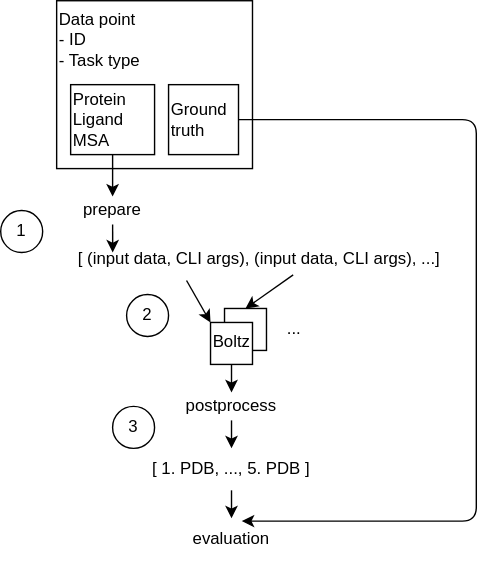
Above: hackathon/img/overview.svg in emdgroup/boltz-hackathon-template (draw.io), before the change. Source tidied: cells renumbered, new cells last; positions are measured from the earlier drawing's top-left corner, leaving out a move shared by most shapes.
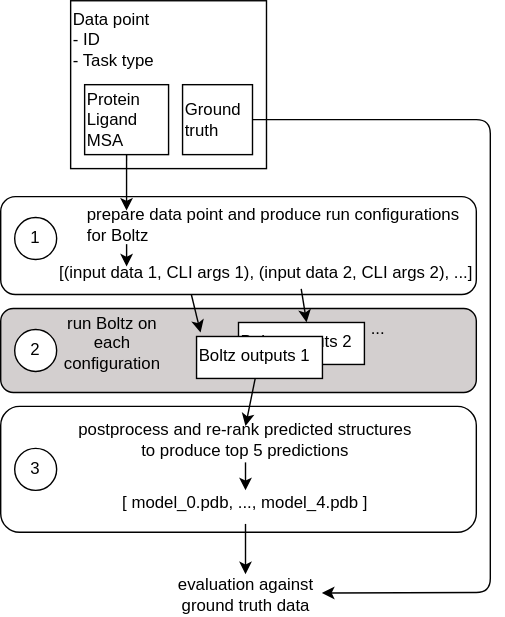
The same file after the commit.

Commit message:
chore: make workflow image a bit prettier

Diff of the diagram source:
```diff
@@ -2,76 +2,94 @@
   <root>
     <mxCell id="0" />
     <mxCell id="1" parent="0" />
+    <mxCell id="24" style="rounded=1;whiteSpace=wrap;html=1;" parent="1" vertex="1">
+      <mxGeometry x="-10" y="290" width="340" height="90" as="geometry" />
+    </mxCell>
+    <mxCell id="25" style="rounded=1;html=1;whiteSpace=wrap;labelBackgroundColor=default;fillColor=#d3cfcf;" parent="1" vertex="1">
+      <mxGeometry x="-10" y="220" width="340" height="60" as="geometry" />
+    </mxCell>
+    <mxCell id="26" style="rounded=1;whiteSpace=wrap;html=1;" parent="1" vertex="1">
+      <mxGeometry x="-10" y="140" width="340" height="70" as="geometry" />
+    </mxCell>
     <mxCell id="2" value="&lt;font&gt;Data point&lt;/font&gt;&lt;div&gt;&lt;font&gt;- ID&lt;/font&gt;&lt;/div&gt;&lt;div style=&quot;padding-top: 0px; padding-right: 0px;&quot;&gt;&lt;font&gt;- Task type&lt;br&gt;&lt;/font&gt;&lt;div style=&quot;padding-top: 0px;&quot;&gt;&lt;br&gt;&lt;/div&gt;&lt;/div&gt;" style="rounded=0;whiteSpace=wrap;html=1;align=left;verticalAlign=top;" parent="1" vertex="1">
       <mxGeometry x="40" width="140" height="120" as="geometry" />
     </mxCell>
-    <mxCell id="3" value="&lt;div style=&quot;padding-top: 0px; padding-right: 0px;&quot;&gt;&lt;div style=&quot;padding-top: 0px;&quot;&gt;&lt;br&gt;&lt;/div&gt;&lt;/div&gt;" style="rounded=0;whiteSpace=wrap;html=1;align=left;verticalAlign=top;" parent="1" vertex="1">
-      <mxGeometry x="160" y="220" width="30" height="30" as="geometry" />
+    <mxCell id="3" value="&lt;div style=&quot;padding-top: 0px; padding-right: 0px;&quot;&gt;&lt;div style=&quot;padding-top: 0px;&quot;&gt;Boltz outputs 2&lt;br&gt;&lt;/div&gt;&lt;/div&gt;" style="rounded=0;whiteSpace=wrap;html=1;align=left;verticalAlign=top;" parent="1" vertex="1">
+      <mxGeometry x="160" y="230" width="90" height="30" as="geometry" />
     </mxCell>
     <mxCell id="4" style="edgeStyle=none;html=1;entryX=0.5;entryY=0;entryDx=0;entryDy=0;" parent="1" edge="1" source="5" target="17">
       <mxGeometry relative="1" as="geometry" />
     </mxCell>
-    <mxCell id="5" value="&lt;div style=&quot;padding-top: 0px; padding-right: 0px;&quot;&gt;&lt;div style=&quot;padding-top: 0px;&quot;&gt;Boltz&lt;/div&gt;&lt;/div&gt;" style="rounded=0;whiteSpace=wrap;html=1;align=left;verticalAlign=top;" parent="1" vertex="1">
-      <mxGeometry x="150" y="230" width="30" height="30" as="geometry" />
+    <mxCell id="5" value="&lt;div style=&quot;padding-top: 0px; padding-right: 0px;&quot;&gt;&lt;div style=&quot;padding-top: 0px;&quot;&gt;Boltz outputs 1&lt;/div&gt;&lt;/div&gt;" style="rounded=0;whiteSpace=wrap;html=1;align=left;verticalAlign=top;" parent="1" vertex="1">
+      <mxGeometry x="130" y="240" width="90" height="30" as="geometry" />
     </mxCell>
-    <mxCell id="6" style="edgeStyle=none;html=1;entryX=0.5;entryY=0;entryDx=0;entryDy=0;" parent="1" edge="1" source="7" target="10">
+    <mxCell id="6" style="edgeStyle=none;html=1;entryX=0.111;entryY=0;entryDx=0;entryDy=0;entryPerimeter=0;" parent="1" edge="1" source="7" target="10">
       <mxGeometry relative="1" as="geometry" />
     </mxCell>
     <mxCell id="7" value="&lt;font&gt;Protein&lt;/font&gt;&lt;div&gt;&lt;font&gt;Ligand&lt;/font&gt;&lt;/div&gt;&lt;div&gt;&lt;font&gt;MSA&lt;/font&gt;&lt;/div&gt;" style="rounded=0;whiteSpace=wrap;html=1;align=left;fontColor=default;" parent="1" vertex="1">
       <mxGeometry x="50" y="60" width="60" height="50" as="geometry" />
     </mxCell>
-    <mxCell id="8" style="edgeStyle=none;html=1;entryX=0.591;entryY=0.067;entryDx=0;entryDy=0;entryPerimeter=0;" parent="1" edge="1" source="9" target="20">
+    <mxCell id="8" style="edgeStyle=none;html=1;entryX=1.02;entryY=0.445;entryDx=0;entryDy=0;entryPerimeter=0;" parent="1" edge="1" source="9" target="20">
       <mxGeometry relative="1" as="geometry">
         <Array as="points">
           <mxPoint x="340" y="85" />
-          <mxPoint x="340" y="372" />
+          <mxPoint x="340" y="423" />
         </Array>
       </mxGeometry>
     </mxCell>
     <mxCell id="9" value="&lt;font&gt;Ground truth&lt;/font&gt;" style="rounded=0;whiteSpace=wrap;html=1;align=left;" parent="1" vertex="1">
       <mxGeometry x="120" y="60" width="50" height="50" as="geometry" />
     </mxCell>
-    <mxCell id="10" value="&lt;font style=&quot;color: light-dark(rgb(0, 0, 0), rgb(204, 0, 102));&quot;&gt;prepare&lt;/font&gt;" style="text;html=1;align=center;verticalAlign=middle;whiteSpace=wrap;rounded=0;" parent="1" vertex="1">
-      <mxGeometry x="50" y="140" width="60" height="20" as="geometry" />
+    <mxCell id="10" value="&lt;font style=&quot;color: light-dark(rgb(0, 0, 0), rgb(204, 0, 102));&quot;&gt;prepare data point and produce run configurations for Boltz&lt;/font&gt;" style="text;html=1;align=left;verticalAlign=middle;whiteSpace=wrap;rounded=0;" parent="1" vertex="1">
+      <mxGeometry x="50" y="150" width="270" height="20" as="geometry" />
     </mxCell>
-    <mxCell id="11" value="&lt;font style=&quot;color: light-dark(rgb(0, 0, 0), rgb(255, 255, 255));&quot;&gt;[ (input data, CLI args), (input data, CLI args), ...]&lt;/font&gt;" style="text;html=1;align=center;verticalAlign=middle;whiteSpace=wrap;rounded=0;" parent="1" vertex="1">
-      <mxGeometry x="20" y="170" width="330" height="30" as="geometry" />
+    <mxCell id="11" value="&lt;font style=&quot;color: light-dark(rgb(0, 0, 0), rgb(255, 255, 255));&quot;&gt;[(input data 1, CLI args 1), (input data 2, CLI args 2), ...]&lt;/font&gt;" style="text;html=1;align=center;verticalAlign=middle;whiteSpace=wrap;rounded=0;" parent="1" vertex="1">
+      <mxGeometry x="10" y="180" width="340" height="30" as="geometry" />
     </mxCell>
-    <mxCell id="12" style="edgeStyle=none;html=1;entryX=0.182;entryY=0.333;entryDx=0;entryDy=0;entryPerimeter=0;" parent="1" edge="1" source="10" target="11">
-      <mxGeometry relative="1" as="geometry" />
+    <mxCell id="12" style="edgeStyle=none;html=1;" parent="1" edge="1">
+      <mxGeometry relative="1" as="geometry">
+        <mxPoint x="80" y="174" as="sourcePoint" />
+        <mxPoint x="80" y="190" as="targetPoint" />
+      </mxGeometry>
     </mxCell>
     <mxCell id="13" value="..." style="text;html=1;align=center;verticalAlign=middle;whiteSpace=wrap;rounded=0;" parent="1" vertex="1">
-      <mxGeometry x="180" y="220" width="60" height="30" as="geometry" />
+      <mxGeometry x="230" y="220" width="60" height="30" as="geometry" />
     </mxCell>
-    <mxCell id="14" style="endArrow=classic;html=1;exitX=0.342;exitY=1;exitDx=0;exitDy=0;entryX=0;entryY=0;entryDx=0;entryDy=0;exitPerimeter=0;" parent="1" edge="1" source="11" target="5">
+    <mxCell id="14" style="endArrow=classic;html=1;exitX=0.342;exitY=1;exitDx=0;exitDy=0;entryX=0.032;entryY=-0.094;entryDx=0;entryDy=0;exitPerimeter=0;entryPerimeter=0;" parent="1" edge="1" source="11" target="5">
       <mxGeometry relative="1" as="geometry" />
     </mxCell>
-    <mxCell id="15" style="endArrow=classic;html=1;exitX=0.573;exitY=0.867;exitDx=0;exitDy=0;entryX=0.5;entryY=0;entryDx=0;entryDy=0;exitPerimeter=0;" parent="1" edge="1" source="11" target="3">
+    <mxCell id="15" style="endArrow=classic;html=1;exitX=0.573;exitY=0.867;exitDx=0;exitDy=0;entryX=0.541;entryY=-0.004;entryDx=0;entryDy=0;exitPerimeter=0;entryPerimeter=0;" parent="1" edge="1" source="11" target="3">
       <mxGeometry relative="1" as="geometry" />
     </mxCell>
-    <mxCell id="16" style="edgeStyle=none;html=1;" parent="1" edge="1" source="17" target="19">
-      <mxGeometry relative="1" as="geometry" />
+    <mxCell id="16" style="edgeStyle=none;html=1;" parent="1" edge="1">
+      <mxGeometry relative="1" as="geometry">
+        <mxPoint x="165" y="330" as="sourcePoint" />
+        <mxPoint x="165" y="350" as="targetPoint" />
+      </mxGeometry>
     </mxCell>
-    <mxCell id="17" value="&lt;font style=&quot;color: light-dark(rgb(0, 0, 0), rgb(204, 0, 102));&quot;&gt;postprocess&lt;/font&gt;" style="text;html=1;align=center;verticalAlign=middle;whiteSpace=wrap;rounded=0;" parent="1" vertex="1">
-      <mxGeometry x="135" y="280" width="60" height="20" as="geometry" />
+    <mxCell id="17" value="&lt;font style=&quot;color: light-dark(rgb(0, 0, 0), rgb(204, 0, 102));&quot;&gt;postprocess and re-rank predicted structures&lt;br&gt;to produce top 5 predictions&lt;br&gt;&lt;/font&gt;" style="text;html=1;align=center;verticalAlign=middle;whiteSpace=wrap;rounded=0;" parent="1" vertex="1">
+      <mxGeometry x="40" y="304" width="250" height="20" as="geometry" />
     </mxCell>
     <mxCell id="18" style="edgeStyle=none;html=1;" parent="1" edge="1" source="19" target="20">
       <mxGeometry relative="1" as="geometry" />
     </mxCell>
-    <mxCell id="19" value="&lt;font style=&quot;color: light-dark(rgb(0, 0, 0), rgb(255, 255, 255));&quot;&gt;[ 1. PDB, ..., 5. PDB ]&lt;/font&gt;" style="text;html=1;align=center;verticalAlign=middle;whiteSpace=wrap;rounded=0;" parent="1" vertex="1">
-      <mxGeometry y="320" width="330" height="30" as="geometry" />
+    <mxCell id="19" value="&lt;font style=&quot;color: light-dark(rgb(0, 0, 0), rgb(255, 255, 255));&quot;&gt;[ model_0.pdb, ..., model_4.pdb ]&lt;/font&gt;" style="text;html=1;align=center;verticalAlign=middle;whiteSpace=wrap;rounded=0;" parent="1" vertex="1">
+      <mxGeometry y="344" width="330" height="30" as="geometry" />
     </mxCell>
-    <mxCell id="20" value="evaluation" style="text;html=1;align=center;verticalAlign=middle;whiteSpace=wrap;rounded=0;" parent="1" vertex="1">
-      <mxGeometry x="125" y="370" width="80" height="30" as="geometry" />
+    <mxCell id="20" value="evaluation against ground truth data" style="text;html=1;align=center;verticalAlign=middle;whiteSpace=wrap;rounded=0;" parent="1" vertex="1">
+      <mxGeometry x="112.5" y="410" width="105" height="30" as="geometry" />
     </mxCell>
     <mxCell id="21" value="1" style="ellipse;whiteSpace=wrap;html=1;" parent="1" vertex="1">
-      <mxGeometry y="150" width="30" height="30" as="geometry" />
+      <mxGeometry y="155" width="30" height="30" as="geometry" />
     </mxCell>
     <mxCell id="22" value="2" style="ellipse;whiteSpace=wrap;html=1;" parent="1" vertex="1">
-      <mxGeometry x="90" y="210" width="30" height="30" as="geometry" />
+      <mxGeometry y="235" width="30" height="30" as="geometry" />
     </mxCell>
     <mxCell id="23" value="3" style="ellipse;whiteSpace=wrap;html=1;" parent="1" vertex="1">
-      <mxGeometry x="80" y="290" width="30" height="30" as="geometry" />
+      <mxGeometry y="320" width="30" height="30" as="geometry" />
     </mxCell>
+    <mxCell id="27" value="&lt;font style=&quot;color: light-dark(rgb(0, 0, 0), rgb(204, 0, 102));&quot;&gt;run Boltz on each configuration&lt;/font&gt;" style="text;html=1;align=center;verticalAlign=middle;whiteSpace=wrap;rounded=0;" parent="1" vertex="1">
+      <mxGeometry x="40" y="235" width="60" height="20" as="geometry" />
+    </mxCell>
   </root>
 </mxGraphModel>
```
